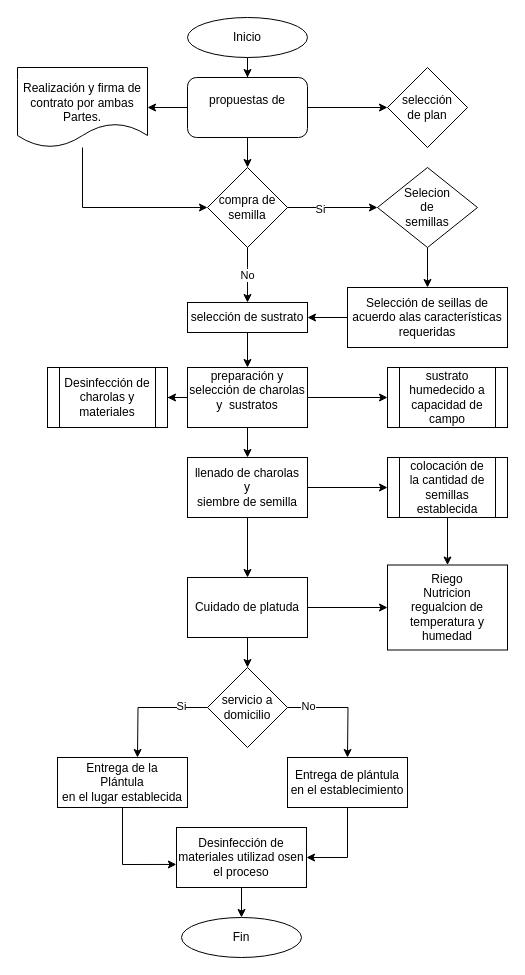
Above: Diagrama sin título.drawio in 420Avila/Modelo-Canvas (draw.io), before the change. Source tidied: cells renumbered, new cells numbered last; positions are measured from the earlier drawing's top-left corner, leaving out a move shared by most shapes. Both pictures are drawn from the tidied source at 100%, with x=0, y=0 at pixel (17, 17).
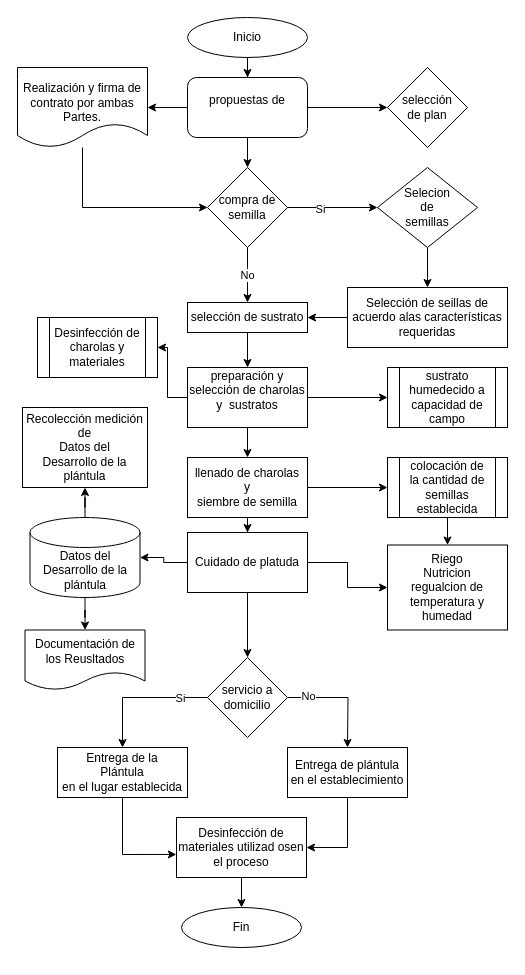
After the change.

What changed in the source:
```diff
@@
+    <mxCell id="48" style="edgeStyle=orthogonalEdgeStyle;rounded=0;jettySize=auto;html=1;" parent="1" edge="1" source="31" target="52">
+      <mxGeometry relative="1" as="geometry" />
+    </mxCell>
     <mxCell id="31" value="Cuidado de platuda" style="rounded=0;whiteSpace=wrap;html=1;" parent="1" vertex="1">
-      <mxGeometry x="170" y="560" width="120" height="60" as="geometry" />
+      <mxGeometry x="170" y="515" width="120" height="60" as="geometry" />
     </mxCell>
     <mxCell id="32" value="&lt;div&gt;Riego&lt;/div&gt;&lt;div&gt;Nutricion&lt;/div&gt;&lt;div&gt;regualcion de temperatura y humedad&lt;br&gt;&lt;/div&gt;" style="rounded=0;whiteSpace=wrap;html=1;" parent="1" vertex="1">
-      <mxGeometry x="370" y="547.5" width="120" height="85" as="geometry" />
+      <mxGeometry x="370" y="527.5" width="120" height="85" as="geometry" />
     </mxCell>
-    <mxCell id="33" style="edgeStyle=orthogonalEdgeStyle;rounded=0;jettySize=auto;html=1;" parent="1" edge="1" source="37">
-      <mxGeometry relative="1" as="geometry">
-        <mxPoint x="120" y="740" as="targetPoint" />
-      </mxGeometry>
-    </mxCell>
-    <mxCell id="34" value="Si" style="edgeLabel;html=1;align=center;verticalAlign=middle;" parent="33" vertex="1">
-      <mxGeometry x="-0.54" y="-2" relative="1" as="geometry" />
-    </mxCell>
     <mxCell id="35" style="edgeStyle=orthogonalEdgeStyle;rounded=0;jettySize=auto;html=1;" parent="1" edge="1" source="37">
       <mxGeometry relative="1" as="geometry">
-        <mxPoint x="330" y="740" as="targetPoint" />
+        <mxPoint x="330" y="730" as="targetPoint" />
       </mxGeometry>
     </mxCell>
@@
+    <mxCell id="49" style="edgeStyle=orthogonalEdgeStyle;rounded=0;jettySize=auto;html=1;entryX=0.5;entryY=0;entryDx=0;entryDy=0;" parent="1" edge="1" source="37" target="41">
+      <mxGeometry relative="1" as="geometry" />
+    </mxCell>
+    <mxCell id="34" value="Si" style="edgeLabel;html=1;align=center;verticalAlign=middle;" parent="49" vertex="1">
+      <mxGeometry x="-0.58" relative="1" as="geometry" />
+    </mxCell>
     <mxCell id="37" value="&lt;div&gt;servicio a &lt;br&gt;&lt;/div&gt;&lt;div&gt;domicilio&lt;br&gt;&lt;/div&gt;" style="rhombus;whiteSpace=wrap;html=1;" parent="1" vertex="1">
-      <mxGeometry x="190" y="650" width="80" height="80" as="geometry" />
+      <mxGeometry x="190" y="640" width="80" height="80" as="geometry" />
     </mxCell>
@@
     <mxCell id="39" value="&lt;div&gt;Entrega de plántula&lt;br&gt;&lt;/div&gt;&lt;div&gt;en el establecimiento&lt;br&gt;&lt;/div&gt;" style="rounded=0;whiteSpace=wrap;html=1;" parent="1" vertex="1">
-      <mxGeometry x="270" y="740" width="120" height="50" as="geometry" />
+      <mxGeometry x="270" y="730" width="120" height="50" as="geometry" />
     </mxCell>
@@
     <mxCell id="41" value="&lt;div&gt;Entrega de la &lt;br&gt;&lt;/div&gt;&lt;div&gt;Plántula&lt;br&gt;&lt;/div&gt;&lt;div&gt;en el lugar establecida&lt;br&gt;&lt;/div&gt;" style="rounded=0;whiteSpace=wrap;html=1;" parent="1" vertex="1">
-      <mxGeometry x="40" y="740" width="130" height="50" as="geometry" />
+      <mxGeometry x="40" y="730" width="130" height="50" as="geometry" />
     </mxCell>
     <mxCell id="42" value="Fin " style="ellipse;whiteSpace=wrap;html=1;" parent="1" vertex="1">
-      <mxGeometry x="164" y="900" width="120" height="40" as="geometry" />
+      <mxGeometry x="164" y="890" width="120" height="40" as="geometry" />
     </mxCell>
     <mxCell id="43" value="Desinfección de charolas y materiales" style="shape=process;whiteSpace=wrap;html=1;backgroundOutline=1;rounded=0;" parent="1" vertex="1">
-      <mxGeometry x="30" y="350" width="120" height="60" as="geometry" />
+      <mxGeometry x="20" y="300" width="120" height="60" as="geometry" />
     </mxCell>
@@
     <mxCell id="47" value="&lt;div&gt;Desinfección de materiales utilizad osen el proceso&lt;br&gt;&lt;/div&gt;" style="rounded=0;whiteSpace=wrap;html=1;" parent="1" vertex="1">
-      <mxGeometry x="159" y="810" width="130" height="60" as="geometry" />
+      <mxGeometry x="159" y="800" width="130" height="60" as="geometry" />
     </mxCell>
+    <mxCell id="50" style="edgeStyle=orthogonalEdgeStyle;rounded=0;jettySize=auto;html=1;" parent="1" edge="1" source="52" target="53">
+      <mxGeometry relative="1" as="geometry" />
+    </mxCell>
+    <mxCell id="51" style="edgeStyle=orthogonalEdgeStyle;rounded=0;jettySize=auto;html=1;entryX=0.5;entryY=0;entryDx=0;entryDy=0;" parent="1" edge="1" source="52" target="54">
+      <mxGeometry relative="1" as="geometry" />
+    </mxCell>
+    <mxCell id="52" value="&lt;div&gt;Datos del &lt;br&gt;&lt;/div&gt;&lt;div&gt;Desarrollo de la plántula&lt;br&gt;&lt;/div&gt;" style="shape=cylinder3;whiteSpace=wrap;html=1;boundedLbl=1;backgroundOutline=1;size=15;" parent="1" vertex="1">
+      <mxGeometry x="12.5" y="500" width="110" height="80" as="geometry" />
+    </mxCell>
+    <mxCell id="53" value="&lt;div&gt;Recolección medición de &lt;br&gt;&lt;/div&gt;&lt;div&gt;Datos del &lt;br&gt;&lt;/div&gt;Desarrollo de la plántula" style="rounded=0;whiteSpace=wrap;html=1;" parent="1" vertex="1">
+      <mxGeometry x="5" y="390" width="125" height="80" as="geometry" />
+    </mxCell>
+    <mxCell id="54" value="&lt;div&gt;Documentación de &lt;br&gt;&lt;/div&gt;&lt;div&gt;los Reusltados&lt;br&gt;&lt;/div&gt;" style="shape=document;whiteSpace=wrap;html=1;boundedLbl=1;" parent="1" vertex="1">
+      <mxGeometry x="7.5" y="612.5" width="120" height="60" as="geometry" />
+    </mxCell>
```
